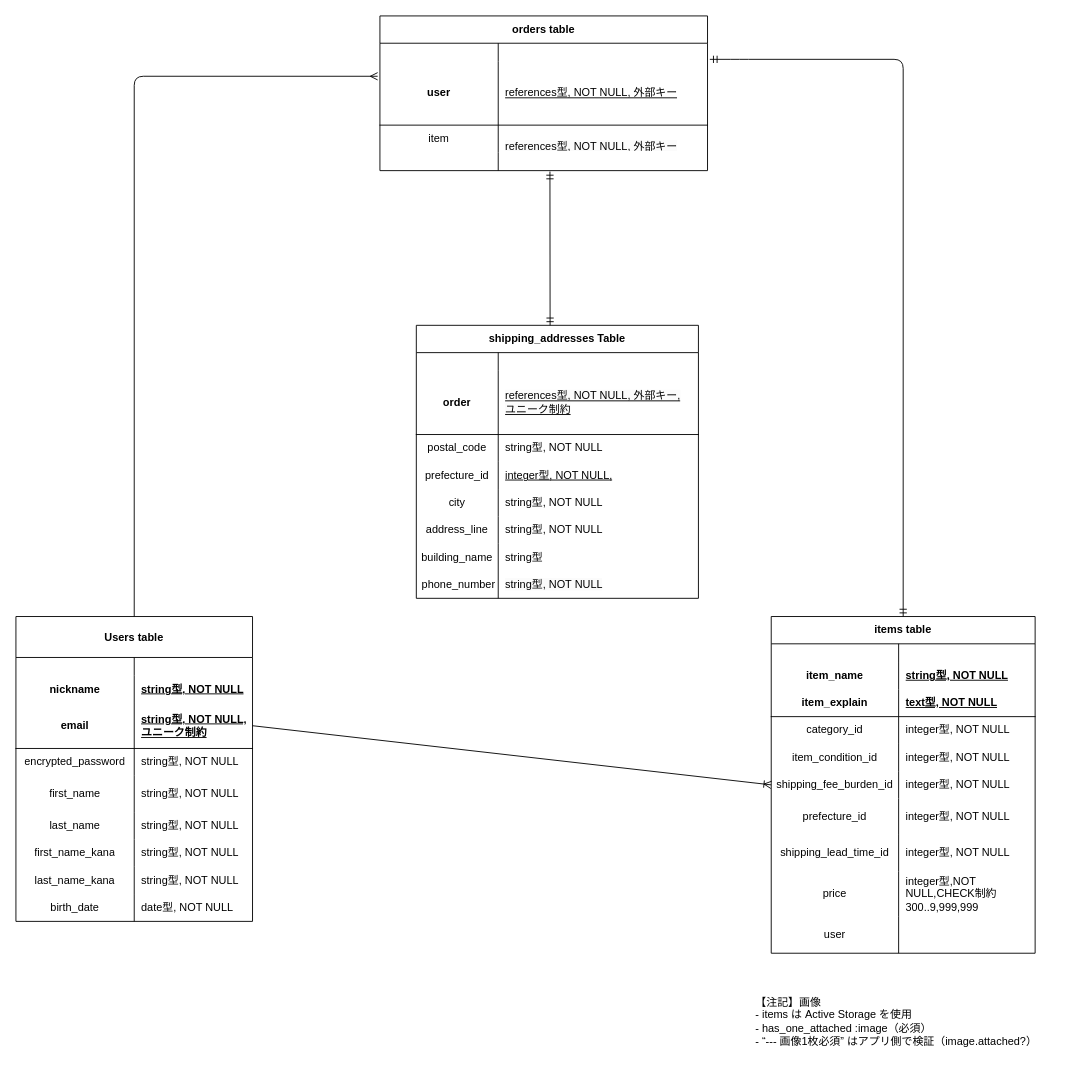
Earlier version of the draw.io diagram page "ページ1" (1 of 2) of furima.dio (ryuta-takayama/furima-42608). Source tidied: cells renumbered, new cells numbered last; positions are measured from the earlier drawing's top-left corner, leaving out a move shared by most shapes. Both pictures are drawn from the tidied source at 91%, with x=0, y=0 at pixel (15, 15).
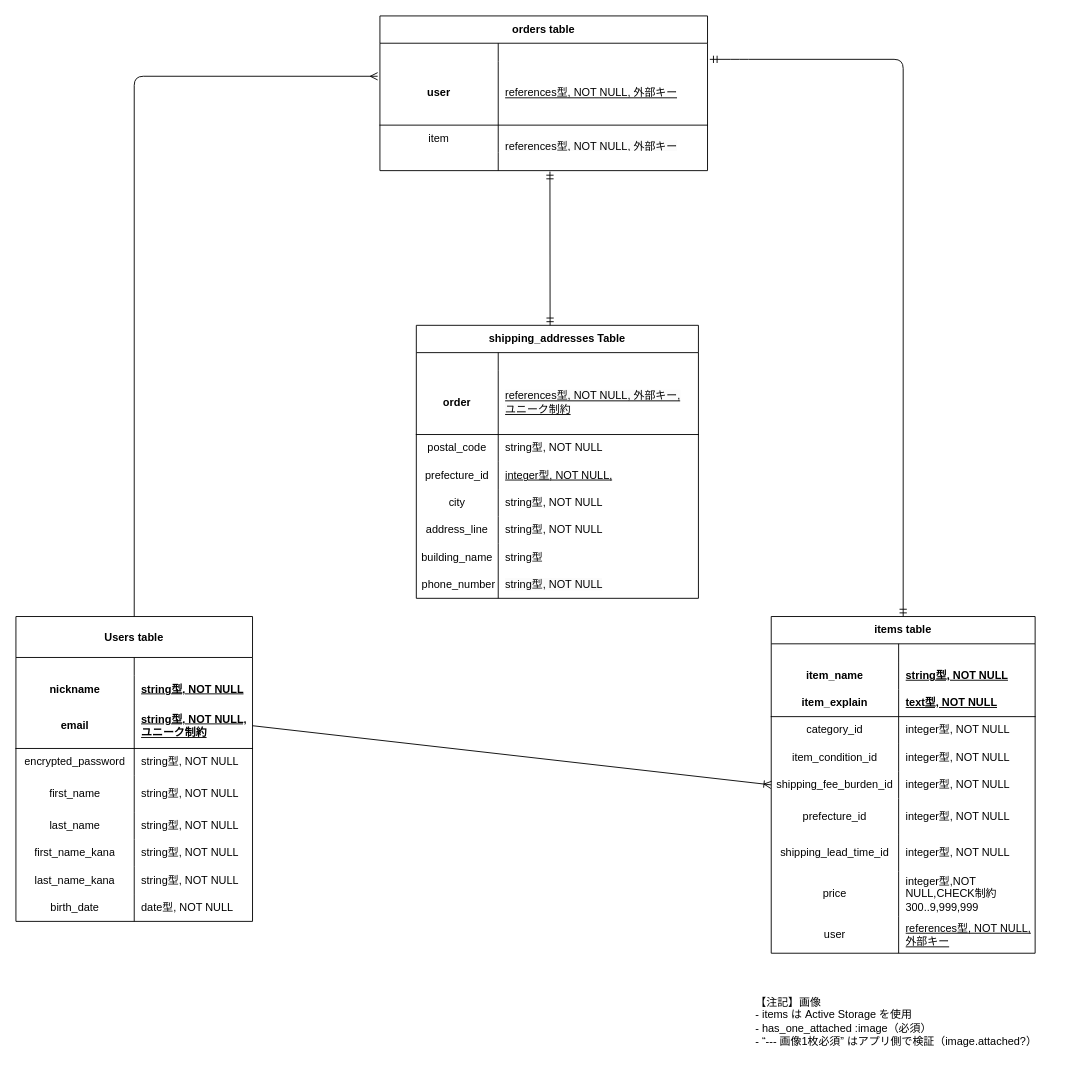
The same page after the edit.

Commit message:
ER図作成およびREADME設計ver5

Unchanged cells that the change refers to:
```xml
<mxCell id="58" style="shape=tableRow;horizontal=0;startSize=0;swimlaneHead=0;swimlaneBody=0;fillColor=none;top=0;left=0;right=0;bottom=0;html=1;" parent="30" vertex="1">
  <mxGeometry y="330" width="290" height="40" as="geometry" />
</mxCell>
```

What changed in the source:
```diff
@@
-    <mxCell id="60" style="shape=partialRectangle;fillColor=none;top=0;left=0;bottom=0;right=0;align=left;spacingLeft=6;overflow=hidden;html=1;whiteSpace=wrap;" parent="58" vertex="1">
+    <mxCell id="60" value="&lt;span style=&quot;color: rgb(0, 0, 0); text-decoration-line: underline;&quot;&gt;references型, NOT NULL, 外部キー&lt;/span&gt;" style="shape=partialRectangle;fillColor=none;top=0;left=0;bottom=0;right=0;align=left;spacingLeft=6;overflow=hidden;html=1;whiteSpace=wrap;" parent="58" vertex="1">
       <mxGeometry x="140" width="150" height="40" as="geometry" />
     </mxCell>
```
